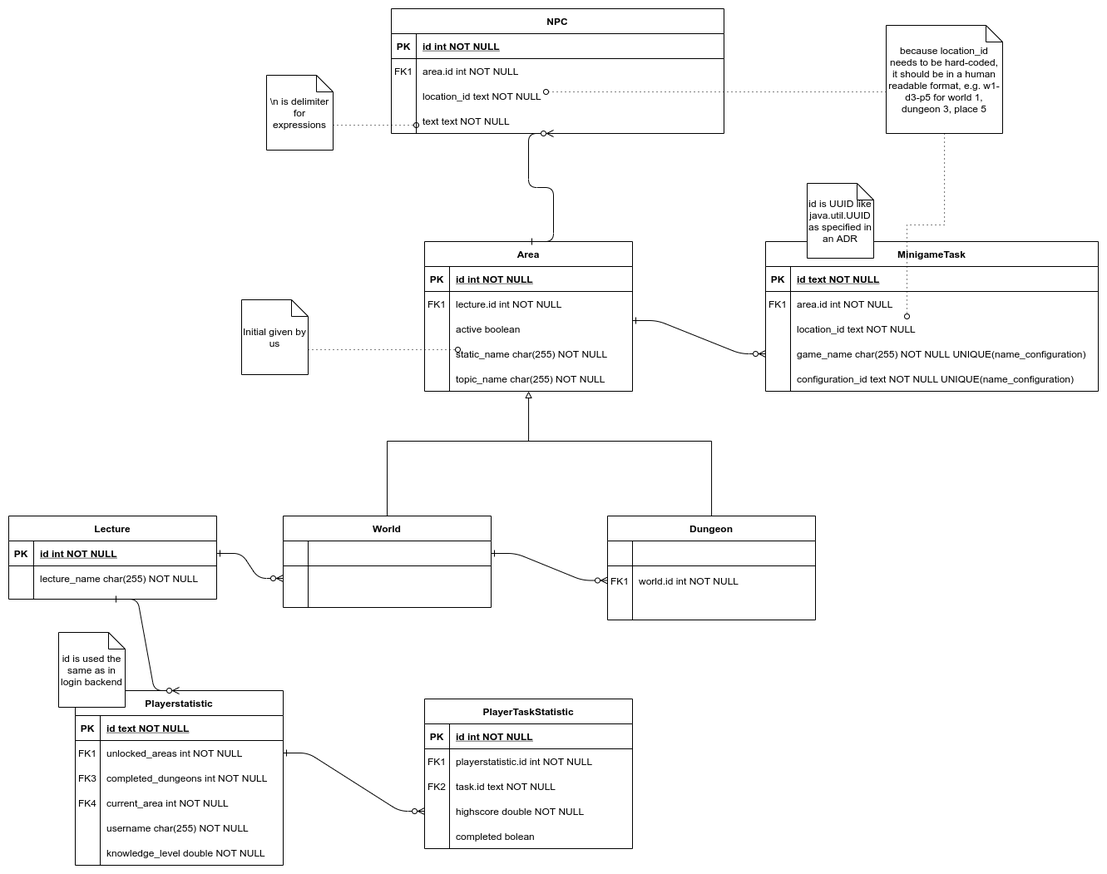
Gamify-IT/docs keeps this draw.io diagram as dev-manuals/services/overworld/database-model/database-model.png. Above is the earlier version. Source tidied: cells renumbered, new cells last; positions are measured from the earlier drawing's top-left corner, leaving out a move shared by most shapes.
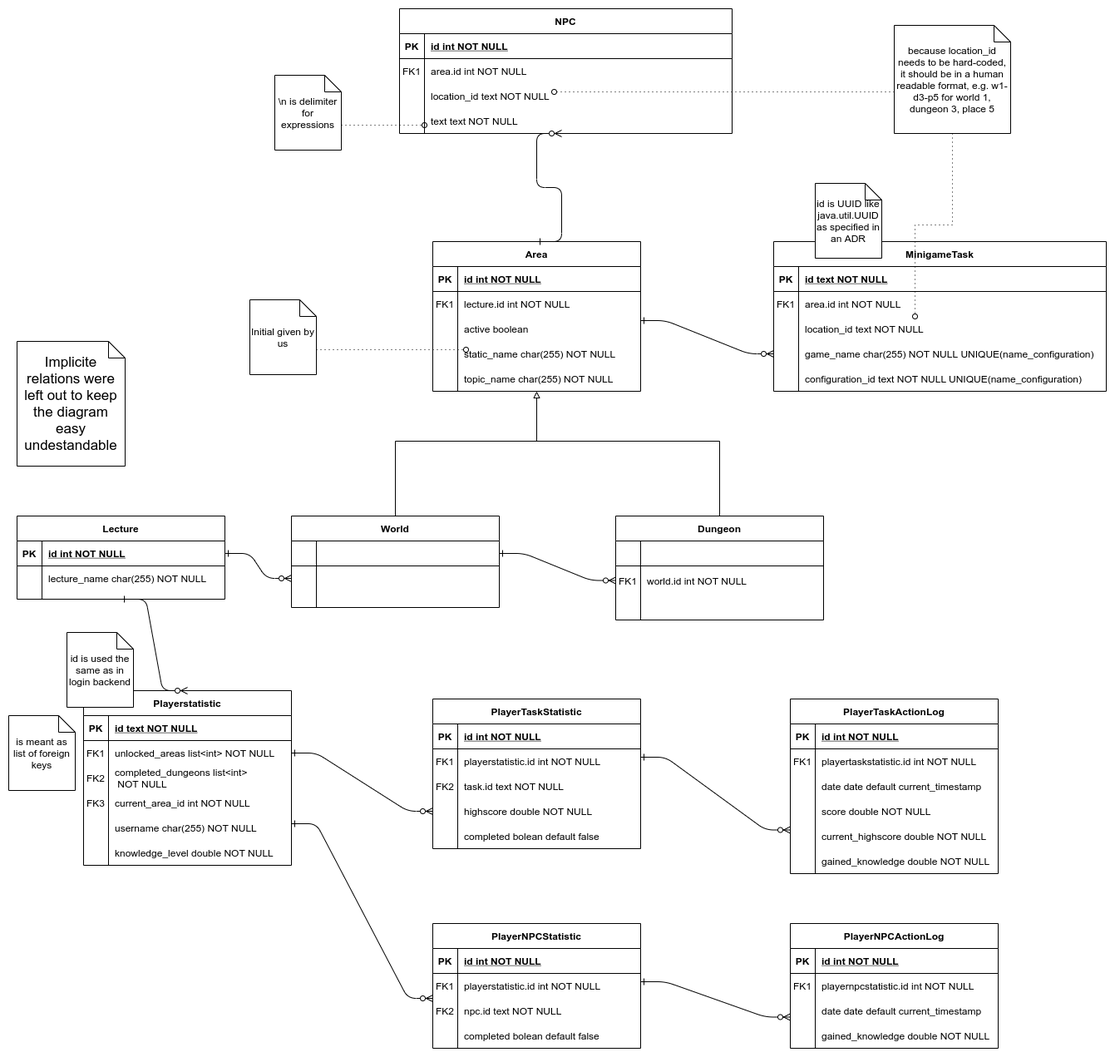
The same file after the commit.

Commit message:
update database model

added task and npc logs, fixed bugs

The edit, as a diff of the source:
```diff
@@ -209,7 +209,7 @@
     <mxCell id="64" value="FK1" style="shape=partialRectangle;overflow=hidden;fillColor=none;top=0;left=0;bottom=0;right=0;" parent="63" vertex="1">
       <mxGeometry width="30" height="30" as="geometry" />
     </mxCell>
-    <mxCell id="65" value="unlocked_areas int NOT NULL" style="shape=partialRectangle;overflow=hidden;fillColor=none;top=0;left=0;bottom=0;right=0;align=left;spacingLeft=6;" parent="63" vertex="1">
+    <mxCell id="65" value="unlocked_areas list&lt;int&gt; NOT NULL" style="shape=partialRectangle;overflow=hidden;fillColor=none;top=0;left=0;bottom=0;right=0;align=left;spacingLeft=6;" parent="63" vertex="1">
       <mxGeometry x="30" width="220" height="30" as="geometry" />
     </mxCell>
     <mxCell id="66" value="username char(255) NOT NULL" style="shape=partialRectangle;overflow=hidden;fillColor=none;top=0;left=0;bottom=0;right=0;align=left;spacingLeft=6;" parent="1" vertex="1">
@@ -218,19 +218,19 @@
     <mxCell id="67" style="shape=partialRectangle;fillColor=none;top=0;left=0;right=0;bottom=0;" parent="1" vertex="1">
       <mxGeometry x="80" y="910" width="250" height="30" as="geometry" />
     </mxCell>
-    <mxCell id="68" value="FK3" style="shape=partialRectangle;overflow=hidden;fillColor=none;top=0;left=0;bottom=0;right=0;" parent="67" vertex="1">
+    <mxCell id="68" value="FK2" style="shape=partialRectangle;overflow=hidden;fillColor=none;top=0;left=0;bottom=0;right=0;" parent="67" vertex="1">
       <mxGeometry width="30" height="30" as="geometry" />
     </mxCell>
-    <mxCell id="69" value="completed_dungeons int NOT NULL" style="shape=partialRectangle;overflow=hidden;fillColor=none;top=0;left=0;bottom=0;right=0;align=left;spacingLeft=6;" parent="67" vertex="1">
+    <mxCell id="69" value="completed_dungeons list&lt;int&gt;&#10; NOT NULL" style="shape=partialRectangle;overflow=hidden;fillColor=none;top=0;left=0;bottom=0;right=0;align=left;spacingLeft=6;" parent="67" vertex="1">
       <mxGeometry x="30" width="220" height="30" as="geometry" />
     </mxCell>
     <mxCell id="70" style="shape=partialRectangle;fillColor=none;top=0;left=0;right=0;bottom=0;" parent="1" vertex="1">
       <mxGeometry x="80" y="940" width="250" height="30" as="geometry" />
     </mxCell>
-    <mxCell id="71" value="FK4" style="shape=partialRectangle;overflow=hidden;fillColor=none;top=0;left=0;bottom=0;right=0;" parent="70" vertex="1">
+    <mxCell id="71" value="FK3" style="shape=partialRectangle;overflow=hidden;fillColor=none;top=0;left=0;bottom=0;right=0;" parent="70" vertex="1">
       <mxGeometry width="30" height="30" as="geometry" />
     </mxCell>
-    <mxCell id="72" value="current_area int NOT NULL" style="shape=partialRectangle;overflow=hidden;fillColor=none;top=0;left=0;bottom=0;right=0;align=left;spacingLeft=6;" parent="70" vertex="1">
+    <mxCell id="72" value="current_area_id int NOT NULL" style="shape=partialRectangle;overflow=hidden;fillColor=none;top=0;left=0;bottom=0;right=0;align=left;spacingLeft=6;" parent="70" vertex="1">
       <mxGeometry x="30" width="220" height="30" as="geometry" />
     </mxCell>
     <mxCell id="73" value="knowledge_level double NOT NULL" style="shape=partialRectangle;overflow=hidden;fillColor=none;top=0;left=0;bottom=0;right=0;align=left;spacingLeft=6;" parent="1" vertex="1">
@@ -325,7 +325,7 @@
     <mxCell id="100" value="FK2" style="shape=partialRectangle;overflow=hidden;fillColor=none;top=0;left=0;bottom=0;right=0;" parent="1" vertex="1">
       <mxGeometry x="500" y="920" width="30" height="30" as="geometry" />
     </mxCell>
-    <mxCell id="101" value="completed bolean" style="shape=partialRectangle;overflow=hidden;fillColor=none;top=0;left=0;bottom=0;right=0;align=left;spacingLeft=6;" parent="1" vertex="1">
+    <mxCell id="101" value="completed bolean default false" style="shape=partialRectangle;overflow=hidden;fillColor=none;top=0;left=0;bottom=0;right=0;align=left;spacingLeft=6;" parent="1" vertex="1">
       <mxGeometry x="530" y="980" width="220" height="30" as="geometry" />
     </mxCell>
     <mxCell id="102" style="edgeStyle=entityRelationEdgeStyle;endArrow=ERzeroToMany;startArrow=ERone;endFill=1;startFill=0;entryX=0;entryY=0.75;entryDx=0;entryDy=0;exitX=1;exitY=0.5;exitDx=0;exitDy=0;" parent="1" edge="1" source="63" target="90">
@@ -351,5 +351,117 @@
         </Array>
       </mxGeometry>
     </mxCell>
+    <mxCell id="107" value="is meant as list of foreign keys" style="shape=note;size=20;whiteSpace=wrap;html=1;" parent="1" vertex="1">
+      <mxGeometry x="-10" y="850" width="80" height="90" as="geometry" />
+    </mxCell>
+    <mxCell id="108" value="PlayerTaskActionLog" style="shape=table;startSize=30;rowLines=0;fontStyle=1;align=center;" parent="1" vertex="1">
+      <mxGeometry x="930" y="830" width="250" height="210" as="geometry" />
+    </mxCell>
+    <mxCell id="109" style="shape=partialRectangle;fillColor=none;top=0;left=0;right=0;bottom=1;" parent="108" vertex="1">
+      <mxGeometry y="30" width="250" height="30" as="geometry" />
+    </mxCell>
+    <mxCell id="110" value="PK" style="shape=partialRectangle;overflow=hidden;fillColor=none;top=0;left=0;bottom=0;right=0;fontStyle=1;" parent="109" vertex="1">
+      <mxGeometry width="30" height="30" as="geometry" />
+    </mxCell>
+    <mxCell id="111" value="id int NOT NULL " style="shape=partialRectangle;overflow=hidden;fillColor=none;top=0;left=0;bottom=0;right=0;align=left;spacingLeft=6;fontStyle=5;" parent="109" vertex="1">
+      <mxGeometry x="30" width="220" height="30" as="geometry" />
+    </mxCell>
+    <mxCell id="112" style="shape=partialRectangle;fillColor=none;top=0;left=0;right=0;bottom=0;" parent="108" vertex="1">
+      <mxGeometry y="60" width="250" height="30" as="geometry" />
+    </mxCell>
+    <mxCell id="113" value="FK1" style="shape=partialRectangle;overflow=hidden;fillColor=none;top=0;left=0;bottom=0;right=0;" parent="112" vertex="1">
+      <mxGeometry width="30" height="30" as="geometry" />
+    </mxCell>
+    <mxCell id="114" value="playertaskstatistic.id int NOT NULL" style="shape=partialRectangle;overflow=hidden;fillColor=none;top=0;left=0;bottom=0;right=0;align=left;spacingLeft=6;" parent="112" vertex="1">
+      <mxGeometry x="30" width="220" height="30" as="geometry" />
+    </mxCell>
+    <mxCell id="115" style="edgeStyle=entityRelationEdgeStyle;endArrow=ERzeroToMany;startArrow=ERone;endFill=1;startFill=0;entryX=0;entryY=0.75;entryDx=0;entryDy=0;" parent="1" edge="1" target="108">
+      <mxGeometry relative="1" as="geometry">
+        <mxPoint x="750" y="900" as="sourcePoint" />
+      </mxGeometry>
+    </mxCell>
+    <mxCell id="116" value="date date default current_timestamp" style="shape=partialRectangle;overflow=hidden;fillColor=none;top=0;left=0;bottom=0;right=0;align=left;spacingLeft=6;" parent="1" vertex="1">
+      <mxGeometry x="960" y="920" width="220" height="30" as="geometry" />
+    </mxCell>
+    <mxCell id="117" value="score double NOT NULL" style="shape=partialRectangle;overflow=hidden;fillColor=none;top=0;left=0;bottom=0;right=0;align=left;spacingLeft=6;" parent="1" vertex="1">
+      <mxGeometry x="960" y="950" width="220" height="30" as="geometry" />
+    </mxCell>
+    <mxCell id="118" value="current_highscore double NOT NULL" style="shape=partialRectangle;overflow=hidden;fillColor=none;top=0;left=0;bottom=0;right=0;align=left;spacingLeft=6;" parent="1" vertex="1">
+      <mxGeometry x="960" y="980" width="220" height="30" as="geometry" />
+    </mxCell>
+    <mxCell id="119" value="gained_knowledge double NOT NULL" style="shape=partialRectangle;overflow=hidden;fillColor=none;top=0;left=0;bottom=0;right=0;align=left;spacingLeft=6;" parent="1" vertex="1">
+      <mxGeometry x="960" y="1010" width="220" height="30" as="geometry" />
+    </mxCell>
+    <mxCell id="120" value="PlayerNPCStatistic" style="shape=table;startSize=30;rowLines=0;fontStyle=1;align=center;" parent="1" vertex="1">
+      <mxGeometry x="500" y="1100" width="250" height="150" as="geometry" />
+    </mxCell>
+    <mxCell id="121" style="shape=partialRectangle;fillColor=none;top=0;left=0;right=0;bottom=1;" parent="120" vertex="1">
+      <mxGeometry y="30" width="250" height="30" as="geometry" />
+    </mxCell>
+    <mxCell id="122" value="PK" style="shape=partialRectangle;overflow=hidden;fillColor=none;top=0;left=0;bottom=0;right=0;fontStyle=1;" parent="121" vertex="1">
+      <mxGeometry width="30" height="30" as="geometry" />
+    </mxCell>
+    <mxCell id="123" value="id int NOT NULL " style="shape=partialRectangle;overflow=hidden;fillColor=none;top=0;left=0;bottom=0;right=0;align=left;spacingLeft=6;fontStyle=5;" parent="121" vertex="1">
+      <mxGeometry x="30" width="220" height="30" as="geometry" />
+    </mxCell>
+    <mxCell id="124" style="shape=partialRectangle;fillColor=none;top=0;left=0;right=0;bottom=0;" parent="120" vertex="1">
+      <mxGeometry y="60" width="250" height="30" as="geometry" />
+    </mxCell>
+    <mxCell id="125" value="FK1" style="shape=partialRectangle;overflow=hidden;fillColor=none;top=0;left=0;bottom=0;right=0;" parent="124" vertex="1">
+      <mxGeometry width="30" height="30" as="geometry" />
+    </mxCell>
+    <mxCell id="126" value="playerstatistic.id int NOT NULL" style="shape=partialRectangle;overflow=hidden;fillColor=none;top=0;left=0;bottom=0;right=0;align=left;spacingLeft=6;" parent="124" vertex="1">
+      <mxGeometry x="30" width="220" height="30" as="geometry" />
+    </mxCell>
+    <mxCell id="127" value="npc.id text NOT NULL" style="shape=partialRectangle;overflow=hidden;fillColor=none;top=0;left=0;bottom=0;right=0;align=left;spacingLeft=6;" parent="1" vertex="1">
+      <mxGeometry x="530" y="1190" width="220" height="30" as="geometry" />
+    </mxCell>
+    <mxCell id="128" value="FK2" style="shape=partialRectangle;overflow=hidden;fillColor=none;top=0;left=0;bottom=0;right=0;" parent="1" vertex="1">
+      <mxGeometry x="500" y="1190" width="30" height="30" as="geometry" />
+    </mxCell>
+    <mxCell id="129" value="PlayerNPCActionLog" style="shape=table;startSize=30;rowLines=0;fontStyle=1;align=center;" parent="1" vertex="1">
+      <mxGeometry x="930" y="1100" width="250" height="150" as="geometry" />
+    </mxCell>
+    <mxCell id="130" style="shape=partialRectangle;fillColor=none;top=0;left=0;right=0;bottom=1;" parent="129" vertex="1">
+      <mxGeometry y="30" width="250" height="30" as="geometry" />
+    </mxCell>
+    <mxCell id="131" value="PK" style="shape=partialRectangle;overflow=hidden;fillColor=none;top=0;left=0;bottom=0;right=0;fontStyle=1;" parent="130" vertex="1">
+      <mxGeometry width="30" height="30" as="geometry" />
+    </mxCell>
+    <mxCell id="132" value="id int NOT NULL " style="shape=partialRectangle;overflow=hidden;fillColor=none;top=0;left=0;bottom=0;right=0;align=left;spacingLeft=6;fontStyle=5;" parent="130" vertex="1">
+      <mxGeometry x="30" width="220" height="30" as="geometry" />
+    </mxCell>
+    <mxCell id="133" style="shape=partialRectangle;fillColor=none;top=0;left=0;right=0;bottom=0;" parent="129" vertex="1">
+      <mxGeometry y="60" width="250" height="30" as="geometry" />
+    </mxCell>
+    <mxCell id="134" value="FK1" style="shape=partialRectangle;overflow=hidden;fillColor=none;top=0;left=0;bottom=0;right=0;" parent="133" vertex="1">
+      <mxGeometry width="30" height="30" as="geometry" />
+    </mxCell>
+    <mxCell id="135" value="playernpcstatistic.id int NOT NULL" style="shape=partialRectangle;overflow=hidden;fillColor=none;top=0;left=0;bottom=0;right=0;align=left;spacingLeft=6;" parent="133" vertex="1">
+      <mxGeometry x="30" width="220" height="30" as="geometry" />
+    </mxCell>
+    <mxCell id="136" style="edgeStyle=entityRelationEdgeStyle;endArrow=ERzeroToMany;startArrow=ERone;endFill=1;startFill=0;entryX=0;entryY=0.75;entryDx=0;entryDy=0;" parent="1" edge="1" target="129">
+      <mxGeometry relative="1" as="geometry">
+        <mxPoint x="750" y="1170" as="sourcePoint" />
+      </mxGeometry>
+    </mxCell>
+    <mxCell id="137" value="date date default current_timestamp" style="shape=partialRectangle;overflow=hidden;fillColor=none;top=0;left=0;bottom=0;right=0;align=left;spacingLeft=6;" parent="1" vertex="1">
+      <mxGeometry x="960" y="1190" width="220" height="30" as="geometry" />
+    </mxCell>
+    <mxCell id="138" value="gained_knowledge double NOT NULL" style="shape=partialRectangle;overflow=hidden;fillColor=none;top=0;left=0;bottom=0;right=0;align=left;spacingLeft=6;" parent="1" vertex="1">
+      <mxGeometry x="960" y="1220" width="220" height="30" as="geometry" />
+    </mxCell>
+    <mxCell id="139" style="edgeStyle=entityRelationEdgeStyle;endArrow=ERzeroToMany;startArrow=ERone;endFill=1;startFill=0;entryX=0;entryY=0.75;entryDx=0;entryDy=0;" parent="1" edge="1">
+      <mxGeometry relative="1" as="geometry">
+        <mxPoint x="330" y="980" as="sourcePoint" />
+        <mxPoint x="500" y="1190" as="targetPoint" />
+      </mxGeometry>
+    </mxCell>
+    <mxCell id="140" value="completed bolean default false" style="shape=partialRectangle;overflow=hidden;fillColor=none;top=0;left=0;bottom=0;right=0;align=left;spacingLeft=6;" parent="1" vertex="1">
+      <mxGeometry x="530" y="1220" width="220" height="30" as="geometry" />
+    </mxCell>
+    <mxCell id="141" value="&lt;font style=&quot;font-size: 17px&quot;&gt;Implicite relations were left out to keep the diagram easy undestandable&lt;/font&gt;" style="shape=note;size=20;whiteSpace=wrap;html=1;" parent="1" vertex="1">
+      <mxGeometry y="400" width="130" height="150" as="geometry" />
+    </mxCell>
   </root>
 </mxGraphModel>
```
